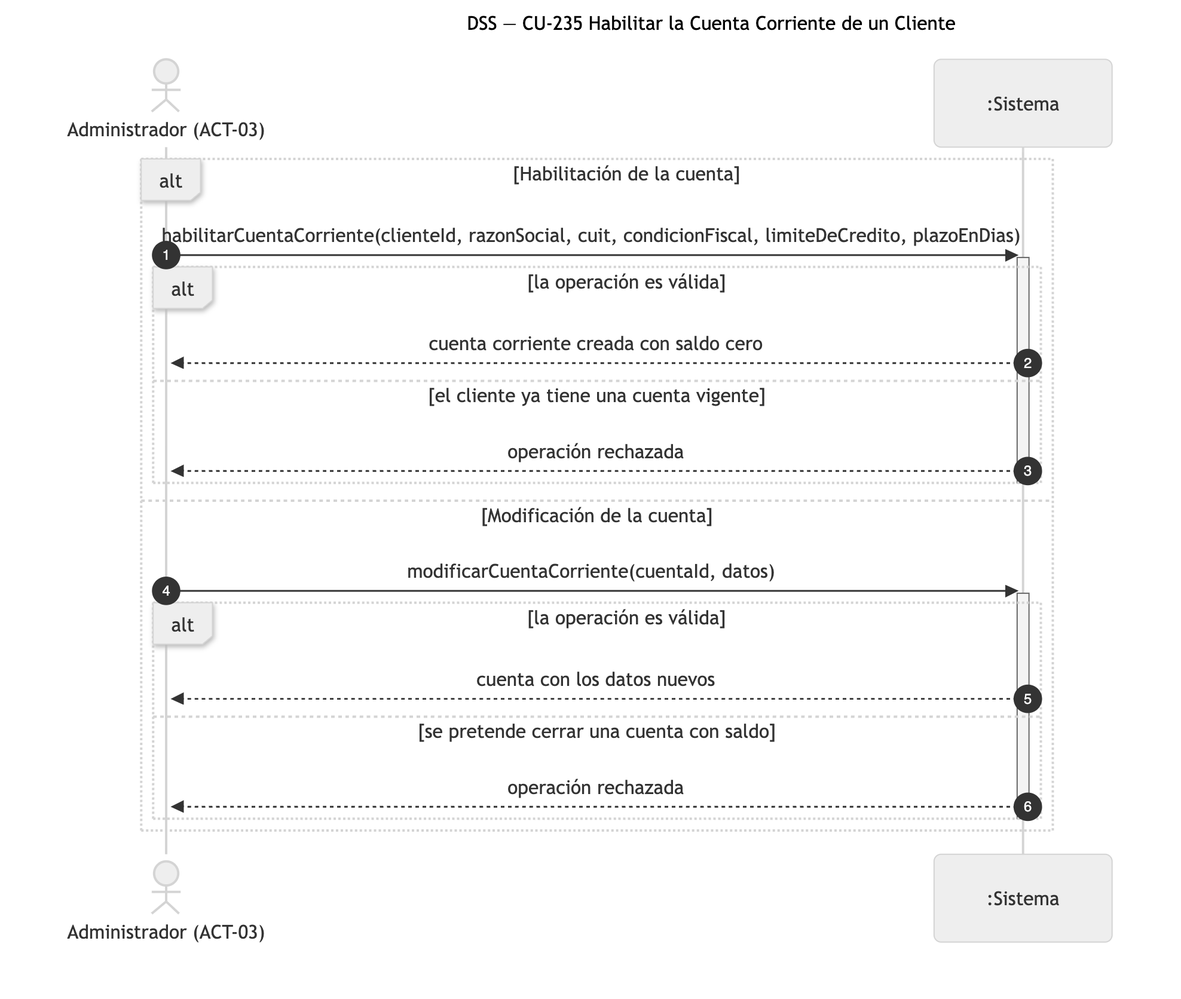
The Mermaid diagram diagramas/png/DSS_CU-235_Habilitar-la-Cuenta-Corriente-de-un-Cliente.png in Nahuelito-Dev/splg-docs, before a commit. Its source is kept beside it as diagramas/DSS_CU-235_Habilitar-la-Cuenta-Corriente-de-un-Cliente.mmd. Source of this version:
```mermaid
sequenceDiagram
    title DSS — CU-235 Habilitar la Cuenta Corriente de un Cliente
    autonumber
    actor ADM as Administrador (ACT-03)
    participant SIS as :Sistema

    alt Habilitación de la cuenta
        ADM->>SIS: habilitarCuentaCorriente(clienteId, razonSocial, cuit, condicionFiscal, limiteDeCredito, plazoEnDias)
        activate SIS
        alt la operación es válida
            SIS-->>ADM: cuenta corriente creada con saldo cero
        else el cliente ya tiene una cuenta vigente
            SIS-->>ADM: operación rechazada
        end
        deactivate SIS
    else Modificación de la cuenta
        ADM->>SIS: modificarCuentaCorriente(cuentaId, datos)
        activate SIS
        alt la operación es válida
            SIS-->>ADM: cuenta con los datos nuevos
        else se pretende cerrar una cuenta con saldo
            SIS-->>ADM: operación rechazada
        end
        deactivate SIS
    end
```
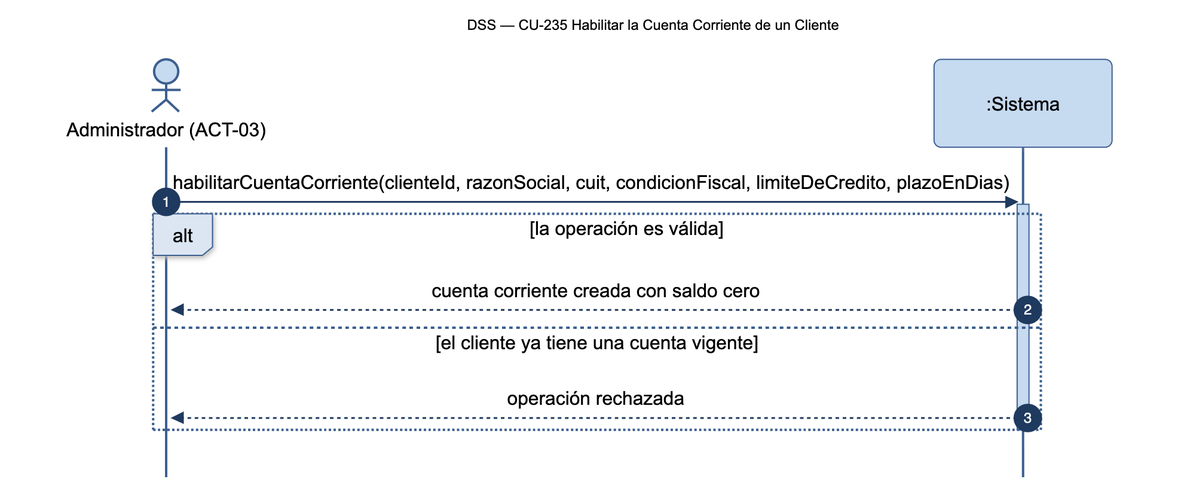
The same file after the commit.

The edit, as a diff of the source:
```diff
@@ -4,22 +4,11 @@
     actor ADM as Administrador (ACT-03)
     participant SIS as :Sistema
 
-    alt Habilitación de la cuenta
-        ADM->>SIS: habilitarCuentaCorriente(clienteId, razonSocial, cuit, condicionFiscal, limiteDeCredito, plazoEnDias)
-        activate SIS
-        alt la operación es válida
-            SIS-->>ADM: cuenta corriente creada con saldo cero
-        else el cliente ya tiene una cuenta vigente
-            SIS-->>ADM: operación rechazada
-        end
-        deactivate SIS
-    else Modificación de la cuenta
-        ADM->>SIS: modificarCuentaCorriente(cuentaId, datos)
-        activate SIS
-        alt la operación es válida
-            SIS-->>ADM: cuenta con los datos nuevos
-        else se pretende cerrar una cuenta con saldo
-            SIS-->>ADM: operación rechazada
-        end
-        deactivate SIS
+    ADM->>SIS: habilitarCuentaCorriente(clienteId, razonSocial, cuit, condicionFiscal, limiteDeCredito, plazoEnDias)
+    activate SIS
+    alt la operación es válida
+        SIS-->>ADM: cuenta corriente creada con saldo cero
+    else el cliente ya tiene una cuenta vigente
+        SIS-->>ADM: operación rechazada
     end
+    deactivate SIS
```
